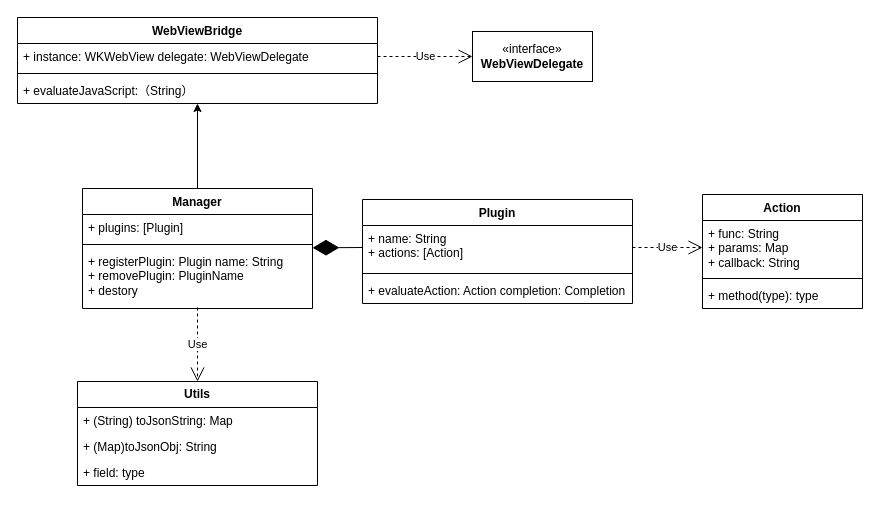
The draw.io diagram 跨端通信方案.drawio in dev-dylan/draw.io, before the edit. Source tidied: cells renumbered, new cells numbered last; positions are measured from the earlier drawing's top-left corner, leaving out a move shared by most shapes. Both pictures are drawn from the tidied source at 100%, with x=0, y=0 at pixel (17, 17).
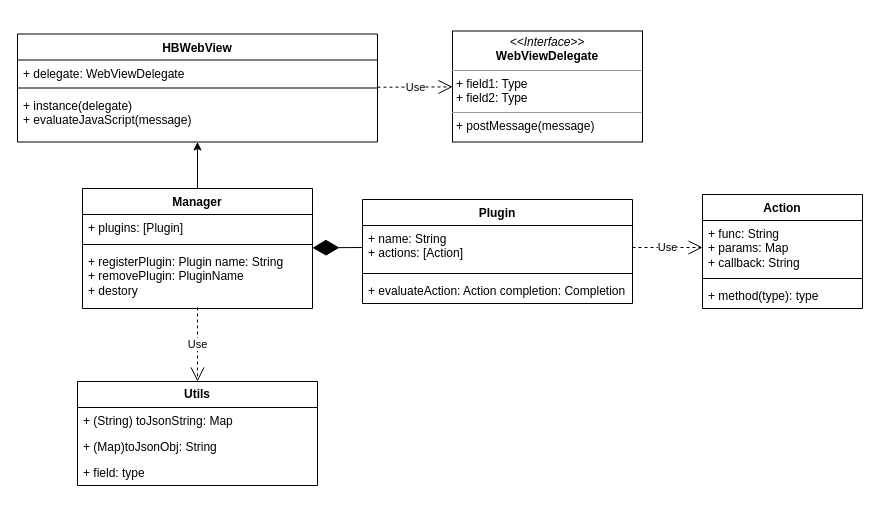
The same page after the edit.

Commit message (it also covers changes not shown here):
更新跨端通信方案.drawio

Change to the diagram source:
```diff
@@
-    <mxCell id="6" value="«interface»&lt;br&gt;&lt;b&gt;WebViewDelegate&lt;/b&gt;" style="html=1;whiteSpace=wrap;" parent="1" vertex="1">
-      <mxGeometry x="455" y="14" width="120" height="50" as="geometry" />
-    </mxCell>
-    <mxCell id="7" value="WebViewBridge" style="swimlane;fontStyle=1;align=center;verticalAlign=top;horizontal=1;startSize=26;whiteSpace=wrap;html=1;" parent="1" vertex="1">
-      <mxGeometry width="360" height="86" as="geometry" />
+    <mxCell id="7" value="HBWebView" style="swimlane;fontStyle=1;align=center;verticalAlign=top;horizontal=1;startSize=26;whiteSpace=wrap;html=1;" parent="1" vertex="1">
+      <mxGeometry y="16.5" width="360" height="108" as="geometry" />
     </mxCell>
-    <mxCell id="8" value="+ instance: WKWebView delegate: WebViewDelegate" style="text;strokeColor=none;fillColor=none;align=left;verticalAlign=top;spacingLeft=4;spacingRight=4;overflow=hidden;points=[[0,0.5],[1,0.5]];portConstraint=eastwest;whiteSpace=wrap;html=1;" parent="7" vertex="1">
-      <mxGeometry y="26" width="360" height="26" as="geometry" />
+    <mxCell id="8" value="+ delegate: WebViewDelegate" style="text;strokeColor=none;fillColor=none;align=left;verticalAlign=top;spacingLeft=4;spacingRight=4;overflow=hidden;points=[[0,0.5],[1,0.5]];portConstraint=eastwest;whiteSpace=wrap;html=1;" parent="7" vertex="1">
+      <mxGeometry y="26" width="360" height="24" as="geometry" />
     </mxCell>
     <mxCell id="9" style="line;strokeWidth=1;fillColor=none;align=left;verticalAlign=middle;spacingTop=-1;spacingLeft=3;spacingRight=3;labelPosition=right;strokeColor=inherit;" parent="7" vertex="1">
-      <mxGeometry y="52" width="360" height="8" as="geometry" />
+      <mxGeometry y="50" width="360" height="8" as="geometry" />
     </mxCell>
-    <mxCell id="10" value="+ evaluateJavaScript&lt;span style=&quot;background-color: initial;&quot;&gt;:（String）&lt;/span&gt;" style="text;strokeColor=none;fillColor=none;align=left;verticalAlign=top;spacingLeft=4;spacingRight=4;overflow=hidden;whiteSpace=wrap;html=1;" parent="7" vertex="1">
-      <mxGeometry y="60" width="360" height="26" as="geometry" />
+    <mxCell id="10" value="+ instance(delegate)&lt;br&gt;+ evaluateJavaScript(message)" style="text;strokeColor=none;fillColor=none;align=left;verticalAlign=top;spacingLeft=4;spacingRight=4;overflow=hidden;whiteSpace=wrap;html=1;" parent="7" vertex="1">
+      <mxGeometry y="58" width="360" height="50" as="geometry" />
     </mxCell>
-    <mxCell id="11" value="Use" style="endArrow=open;endSize=12;dashed=1;html=1;rounded=0;exitX=1;exitY=0.5;exitDx=0;exitDy=0;entryX=0;entryY=0.5;entryDx=0;entryDy=0;" parent="1" edge="1" source="8" target="6">
+    <mxCell id="11" value="Use" style="endArrow=open;endSize=12;dashed=1;html=1;rounded=0;" parent="1" edge="1" source="7" target="28">
       <mxGeometry relative="1" as="geometry" />
     </mxCell>
@@
+    <mxCell id="28" value="&lt;p style=&quot;margin:0px;margin-top:4px;text-align:center;&quot;&gt;&lt;i&gt;&amp;lt;&amp;lt;Interface&amp;gt;&amp;gt;&lt;/i&gt;&lt;br&gt;&lt;b style=&quot;border-color: var(--border-color);&quot;&gt;WebViewDelegate&lt;/b&gt;&lt;br&gt;&lt;/p&gt;&lt;hr size=&quot;1&quot;&gt;&lt;p style=&quot;margin:0px;margin-left:4px;&quot;&gt;+ field1: Type&lt;br&gt;+ field2: Type&lt;/p&gt;&lt;hr size=&quot;1&quot;&gt;&lt;p style=&quot;margin:0px;margin-left:4px;&quot;&gt;+ postMessage(message)&lt;br&gt;&lt;/p&gt;" style="verticalAlign=top;align=left;overflow=fill;fontSize=12;fontFamily=Helvetica;html=1;whiteSpace=wrap;" parent="1" vertex="1">
+      <mxGeometry x="435" y="13.5" width="190" height="111" as="geometry" />
+    </mxCell>
```
